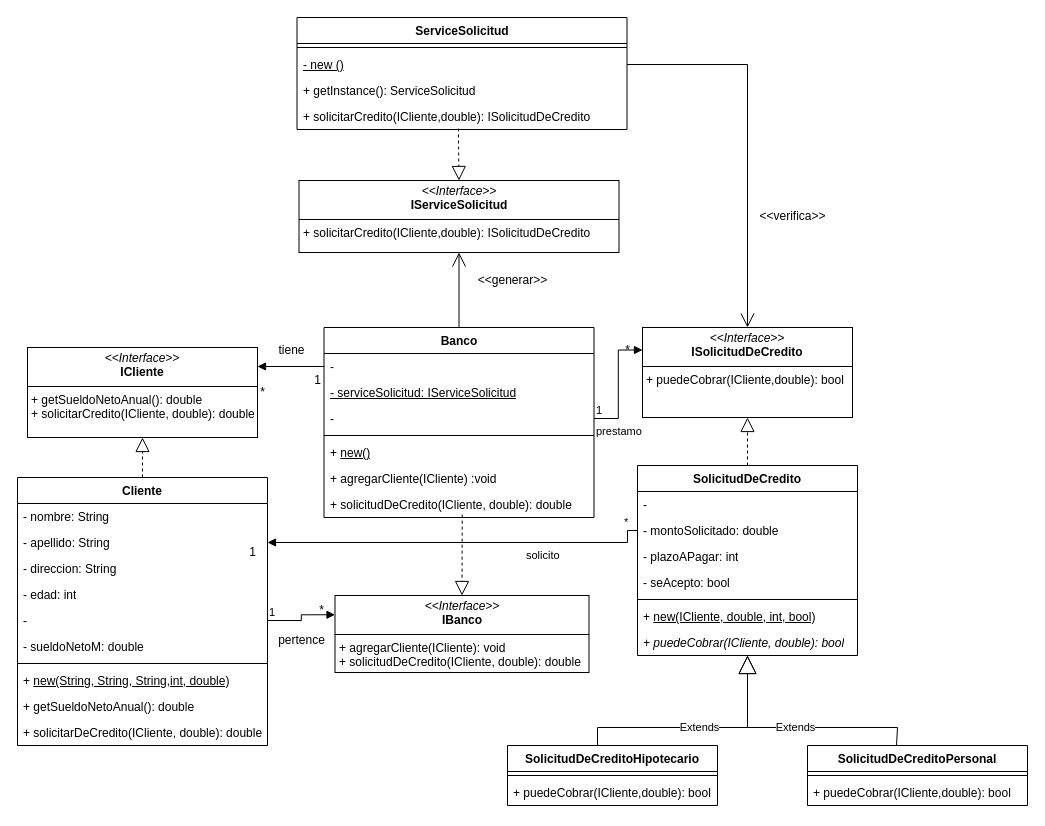
Above: TP-SOLID/banco-prestamos.drawio in tomasmendoza-unq/objetos2 (draw.io), before the change. Source tidied: cells renumbered, new cells numbered last; positions are measured from the earlier drawing's top-left corner, leaving out a move shared by most shapes. Both pictures are drawn from the tidied source at 100%, with x=0, y=0 at pixel (17, 17).
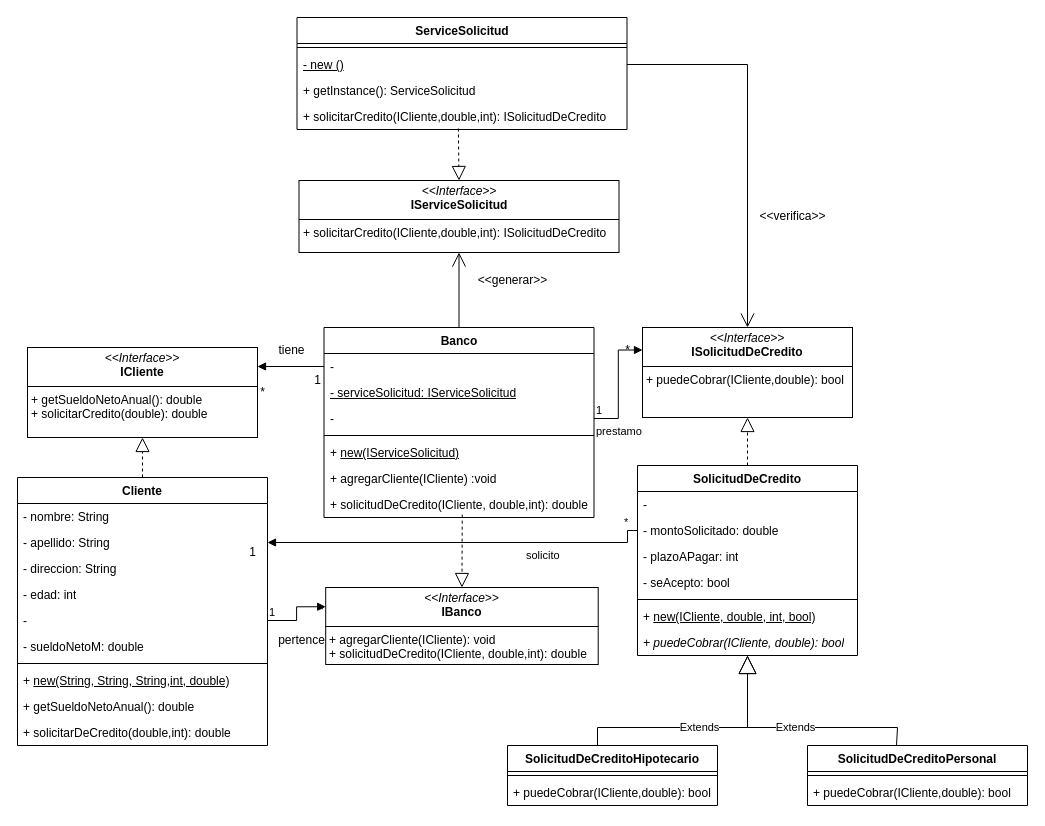
The same diagram, later.

The change refers to these unchanged cells:
```xml
<mxCell id="2" value="Cliente" style="swimlane;fontStyle=1;align=center;verticalAlign=top;horizontal=1;startSize=26;whiteSpace=wrap;html=1;" parent="1" vertex="1">
  <mxGeometry y="460" width="250" height="268" as="geometry" />
</mxCell>
<mxCell id="15" value="Banco" style="swimlane;fontStyle=1;align=center;verticalAlign=top;horizontal=1;startSize=26;whiteSpace=wrap;html=1;" parent="1" vertex="1">
  <mxGeometry x="306.5" y="310" width="270" height="190" as="geometry" />
</mxCell>
<mxCell id="57" value="ServiceSolicitud" style="swimlane;fontStyle=1;align=center;verticalAlign=top;horizontal=1;startSize=26;whiteSpace=wrap;html=1;" parent="1" vertex="1">
  <mxGeometry x="279.5" width="330" height="112" as="geometry" />
</mxCell>
```

Diff of the diagram source:
```diff
@@
-    <mxCell id="12" value="+ solicitarDeCredito(ICliente, double): double" style="text;strokeColor=none;fillColor=none;align=left;verticalAlign=top;spacingLeft=4;spacingRight=4;overflow=hidden;whiteSpace=wrap;html=1;" parent="2" vertex="1">
+    <mxCell id="12" value="+ solicitarDeCredito(double,int): double" style="text;strokeColor=none;fillColor=none;align=left;verticalAlign=top;spacingLeft=4;spacingRight=4;overflow=hidden;whiteSpace=wrap;html=1;" parent="2" vertex="1">
       <mxGeometry y="242" width="250" height="26" as="geometry" />
     </mxCell>
-    <mxCell id="13" value="&lt;p style=&quot;margin:0px;margin-top:4px;text-align:center;&quot;&gt;&lt;i&gt;&amp;lt;&amp;lt;Interface&amp;gt;&amp;gt;&lt;/i&gt;&lt;br&gt;&lt;b&gt;ICliente&lt;/b&gt;&lt;/p&gt;&lt;hr size=&quot;1&quot; style=&quot;border-style:solid;&quot;&gt;&lt;p style=&quot;margin:0px;margin-left:4px;&quot;&gt;+ getSueldoNetoAnual(): double&lt;/p&gt;&lt;p style=&quot;margin:0px;margin-left:4px;&quot;&gt;+ solicitarCredito(ICliente, double): double&lt;/p&gt;" style="verticalAlign=top;align=left;overflow=fill;html=1;whiteSpace=wrap;" parent="1" vertex="1">
+    <mxCell id="13" value="&lt;p style=&quot;margin:0px;margin-top:4px;text-align:center;&quot;&gt;&lt;i&gt;&amp;lt;&amp;lt;Interface&amp;gt;&amp;gt;&lt;/i&gt;&lt;br&gt;&lt;b&gt;ICliente&lt;/b&gt;&lt;/p&gt;&lt;hr size=&quot;1&quot; style=&quot;border-style:solid;&quot;&gt;&lt;p style=&quot;margin:0px;margin-left:4px;&quot;&gt;+ getSueldoNetoAnual(): double&lt;/p&gt;&lt;p style=&quot;margin:0px;margin-left:4px;&quot;&gt;+ solicitarCredito(double): double&lt;/p&gt;" style="verticalAlign=top;align=left;overflow=fill;html=1;whiteSpace=wrap;" parent="1" vertex="1">
       <mxGeometry x="10" y="330" width="230" height="90" as="geometry" />
     </mxCell>
@@
-    <mxCell id="20" value="+ &lt;u&gt;new()&lt;/u&gt;" style="text;strokeColor=none;fillColor=none;align=left;verticalAlign=top;spacingLeft=4;spacingRight=4;overflow=hidden;whiteSpace=wrap;html=1;" parent="15" vertex="1">
+    <mxCell id="20" value="+ &lt;u&gt;new(IServiceSolicitud)&lt;/u&gt;" style="text;strokeColor=none;fillColor=none;align=left;verticalAlign=top;spacingLeft=4;spacingRight=4;overflow=hidden;whiteSpace=wrap;html=1;" parent="15" vertex="1">
       <mxGeometry y="112" width="270" height="26" as="geometry" />
     </mxCell>
@@
-    <mxCell id="22" value="+ solicitudDeCredito(ICliente, double): double" style="text;strokeColor=none;fillColor=none;align=left;verticalAlign=top;spacingLeft=4;spacingRight=4;overflow=hidden;points=[[0,0.5],[1,0.5]];portConstraint=eastwest;whiteSpace=wrap;html=1;" parent="15" vertex="1">
+    <mxCell id="22" value="+ solicitudDeCredito(ICliente, double,int): double" style="text;strokeColor=none;fillColor=none;align=left;verticalAlign=top;spacingLeft=4;spacingRight=4;overflow=hidden;points=[[0,0.5],[1,0.5]];portConstraint=eastwest;whiteSpace=wrap;html=1;" parent="15" vertex="1">
       <mxGeometry y="164" width="270" height="26" as="geometry" />
     </mxCell>
@@
-    <mxCell id="24" value="&lt;p style=&quot;margin:0px;margin-top:4px;text-align:center;&quot;&gt;&lt;i&gt;&amp;lt;&amp;lt;Interface&amp;gt;&amp;gt;&lt;/i&gt;&lt;br&gt;&lt;b&gt;IBanco&lt;/b&gt;&lt;/p&gt;&lt;hr size=&quot;1&quot; style=&quot;border-style:solid;&quot;&gt;&lt;p style=&quot;margin:0px;margin-left:4px;&quot;&gt;+ agregarCliente(ICliente): void&lt;/p&gt;&lt;p style=&quot;margin:0px;margin-left:4px;&quot;&gt;+ solicitudDeCredito(ICliente, double): double&lt;/p&gt;" style="verticalAlign=top;align=left;overflow=fill;html=1;whiteSpace=wrap;" parent="1" vertex="1">
-      <mxGeometry x="317.5" y="578" width="254" height="77" as="geometry" />
+    <mxCell id="24" value="&lt;p style=&quot;margin:0px;margin-top:4px;text-align:center;&quot;&gt;&lt;i&gt;&amp;lt;&amp;lt;Interface&amp;gt;&amp;gt;&lt;/i&gt;&lt;br&gt;&lt;b&gt;IBanco&lt;/b&gt;&lt;/p&gt;&lt;hr size=&quot;1&quot; style=&quot;border-style:solid;&quot;&gt;&lt;p style=&quot;margin:0px;margin-left:4px;&quot;&gt;+ agregarCliente(ICliente): void&lt;/p&gt;&lt;p style=&quot;margin:0px;margin-left:4px;&quot;&gt;+ solicitudDeCredito(ICliente, double,int): double&lt;/p&gt;" style="verticalAlign=top;align=left;overflow=fill;html=1;whiteSpace=wrap;" parent="1" vertex="1">
+      <mxGeometry x="308.2" y="570" width="272.5" height="77" as="geometry" />
     </mxCell>
@@
-    <mxCell id="56" value="&lt;p style=&quot;margin:0px;margin-top:4px;text-align:center;&quot;&gt;&lt;i&gt;&amp;lt;&amp;lt;Interface&amp;gt;&amp;gt;&lt;/i&gt;&lt;br&gt;&lt;b&gt;IServiceSolicitud&lt;/b&gt;&lt;/p&gt;&lt;hr size=&quot;1&quot; style=&quot;border-style:solid;&quot;&gt;&lt;p style=&quot;margin:0px;margin-left:4px;&quot;&gt;+ solicitarCredito(ICliente,double): ISolicitudDeCredito&lt;/p&gt;" style="verticalAlign=top;align=left;overflow=fill;html=1;whiteSpace=wrap;" parent="1" vertex="1">
+    <mxCell id="56" value="&lt;p style=&quot;margin:0px;margin-top:4px;text-align:center;&quot;&gt;&lt;i&gt;&amp;lt;&amp;lt;Interface&amp;gt;&amp;gt;&lt;/i&gt;&lt;br&gt;&lt;b&gt;IServiceSolicitud&lt;/b&gt;&lt;/p&gt;&lt;hr size=&quot;1&quot; style=&quot;border-style:solid;&quot;&gt;&lt;p style=&quot;margin:0px;margin-left:4px;&quot;&gt;+ solicitarCredito(ICliente,double,int): ISolicitudDeCredito&lt;/p&gt;" style="verticalAlign=top;align=left;overflow=fill;html=1;whiteSpace=wrap;" parent="1" vertex="1">
       <mxGeometry x="281.5" y="163" width="320" height="72" as="geometry" />
     </mxCell>
@@
-    <mxCell id="61" value="+ solicitarCredito(ICliente,double): ISolicitudDeCredito" style="text;strokeColor=none;fillColor=none;align=left;verticalAlign=top;spacingLeft=4;spacingRight=4;overflow=hidden;points=[[0,0.5],[1,0.5]];portConstraint=eastwest;whiteSpace=wrap;html=1;" parent="57" vertex="1">
+    <mxCell id="61" value="+ solicitarCredito(ICliente,double,int): ISolicitudDeCredito" style="text;strokeColor=none;fillColor=none;align=left;verticalAlign=top;spacingLeft=4;spacingRight=4;overflow=hidden;points=[[0,0.5],[1,0.5]];portConstraint=eastwest;whiteSpace=wrap;html=1;" parent="57" vertex="1">
       <mxGeometry y="86" width="330" height="26" as="geometry" />
     </mxCell>
```
